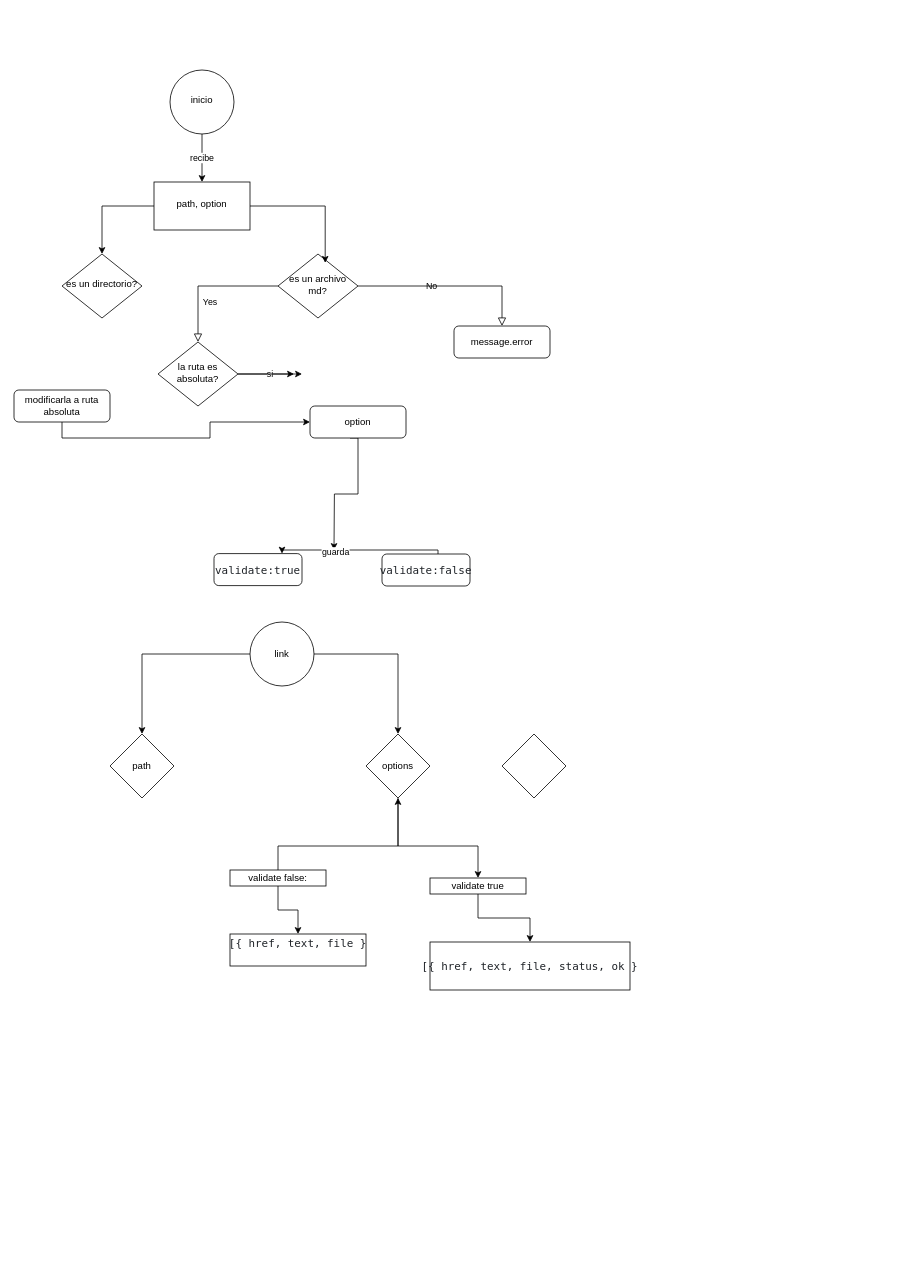
Above: Diagrama sin título.drawio in Lady9696/DEV004-md-links (draw.io), before the change. Source tidied: cells renumbered, new cells numbered last; positions are measured from the earlier drawing's top-left corner, leaving out a move shared by most shapes. Both pictures are drawn from the tidied source at 80%, with x=0, y=0 at pixel (14, 70).
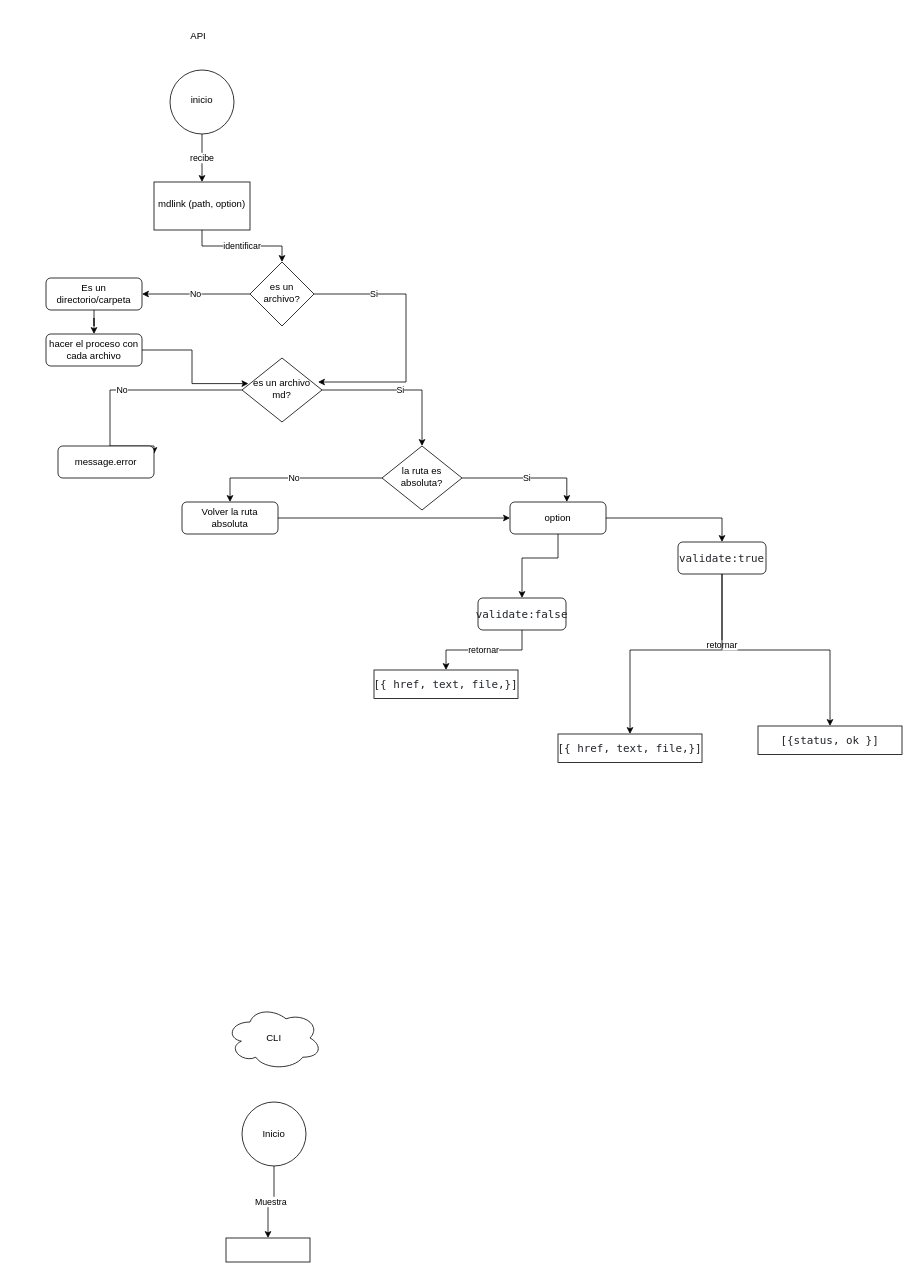
The same page after the edit.

Diff of the diagram source:
```diff
@@
-    <mxCell id="2" value="No" style="edgeStyle=orthogonalEdgeStyle;rounded=0;html=1;jettySize=auto;fontSize=11;endArrow=block;endFill=0;endSize=8;strokeWidth=1;shadow=0;labelBackgroundColor=none;" parent="1" edge="1" source="4" target="5">
-      <mxGeometry x="-0.2" relative="1" as="geometry" />
+    <mxCell id="2" value="No" style="edgeStyle=orthogonalEdgeStyle;rounded=0;jettySize=auto;html=1;entryX=1;entryY=0.25;entryDx=0;entryDy=0;" parent="1" edge="1" source="4" target="5">
+      <mxGeometry relative="1" as="geometry">
+        <Array as="points">
+          <mxPoint x="120" y="400" />
+          <mxPoint x="120" y="470" />
+        </Array>
+      </mxGeometry>
     </mxCell>
-    <mxCell id="3" value="Yes" style="rounded=0;html=1;jettySize=auto;fontSize=11;endArrow=block;endFill=0;endSize=8;strokeWidth=1;shadow=0;labelBackgroundColor=none;edgeStyle=orthogonalEdgeStyle;" parent="1" edge="1" source="4" target="8">
-      <mxGeometry y="20" relative="1" as="geometry" />
+    <mxCell id="3" value="Si" style="edgeStyle=orthogonalEdgeStyle;rounded=0;jettySize=auto;html=1;entryX=0.5;entryY=0;entryDx=0;entryDy=0;" parent="1" edge="1" source="4" target="8">
+      <mxGeometry relative="1" as="geometry" />
     </mxCell>
     <mxCell id="4" value="es un archivo md?" style="rhombus;whiteSpace=wrap;html=1;shadow=0;fontFamily=Helvetica;fontSize=12;align=center;strokeWidth=1;spacing=6;spacingTop=-4;" parent="1" vertex="1">
-      <mxGeometry x="330" y="230" width="100" height="80" as="geometry" />
+      <mxGeometry x="285" y="360" width="100" height="80" as="geometry" />
     </mxCell>
     <mxCell id="5" value="message.error" style="rounded=1;whiteSpace=wrap;html=1;fontSize=12;glass=0;strokeWidth=1;shadow=0;" parent="1" vertex="1">
-      <mxGeometry x="550" y="320" width="120" height="40" as="geometry" />
+      <mxGeometry x="55" y="470" width="120" height="40" as="geometry" />
     </mxCell>
-    <mxCell id="6" value="si" style="edgeStyle=orthogonalEdgeStyle;rounded=0;jettySize=auto;html=1;" parent="1" edge="1" source="8">
-      <mxGeometry relative="1" as="geometry">
-        <mxPoint x="360" y="380" as="targetPoint" />
-      </mxGeometry>
-    </mxCell>
-    <mxCell id="7" style="edgeStyle=orthogonalEdgeStyle;rounded=0;jettySize=auto;html=1;" parent="1" edge="1" source="8">
-      <mxGeometry relative="1" as="geometry">
-        <mxPoint x="350" y="380" as="targetPoint" />
-      </mxGeometry>
-    </mxCell>
+    <mxCell id="37" value="No" style="edgeStyle=orthogonalEdgeStyle;rounded=0;jettySize=auto;html=1;entryX=0.5;entryY=0;entryDx=0;entryDy=0;" parent="1" edge="1" source="8" target="53">
+      <mxGeometry relative="1" as="geometry" />
+    </mxCell>
+    <mxCell id="38" value="Si" style="edgeStyle=orthogonalEdgeStyle;rounded=0;jettySize=auto;html=1;entryX=0.592;entryY=0;entryDx=0;entryDy=0;entryPerimeter=0;" parent="1" edge="1" source="8" target="30">
+      <mxGeometry relative="1" as="geometry" />
+    </mxCell>
     <mxCell id="8" value="la ruta es absoluta?" style="rhombus;whiteSpace=wrap;html=1;shadow=0;fontFamily=Helvetica;fontSize=12;align=center;strokeWidth=1;spacing=6;spacingTop=-4;" parent="1" vertex="1">
-      <mxGeometry x="180" y="340" width="100" height="80" as="geometry" />
+      <mxGeometry x="460" y="470" width="100" height="80" as="geometry" />
     </mxCell>
-    <mxCell id="9" style="edgeStyle=orthogonalEdgeStyle;rounded=0;jettySize=auto;html=1;" parent="1" edge="1" source="10" target="30">
-      <mxGeometry relative="1" as="geometry">
-        <Array as="points">
-          <mxPoint x="60" y="460" />
-          <mxPoint x="245" y="460" />
-          <mxPoint x="245" y="440" />
-        </Array>
-      </mxGeometry>
-    </mxCell>
-    <mxCell id="10" value="modificarla a ruta absoluta" style="rounded=1;whiteSpace=wrap;html=1;fontSize=12;glass=0;strokeWidth=1;shadow=0;" parent="1" vertex="1">
-      <mxGeometry y="400" width="120" height="40" as="geometry" />
-    </mxCell>
+    <mxCell id="39" value="retornar" style="edgeStyle=orthogonalEdgeStyle;rounded=0;jettySize=auto;html=1;" parent="1" edge="1" source="11" target="27">
+      <mxGeometry x="-0.45" relative="1" as="geometry" />
+    </mxCell>
+    <mxCell id="40" style="edgeStyle=orthogonalEdgeStyle;rounded=0;jettySize=auto;html=1;" parent="1" edge="1" source="11" target="55">
+      <mxGeometry relative="1" as="geometry">
+        <Array as="points">
+          <mxPoint x="885" y="725" />
+          <mxPoint x="770" y="725" />
+        </Array>
+      </mxGeometry>
+    </mxCell>
     <mxCell id="11" value="&lt;pre style=&quot;box-sizing: border-box; font-family: ui-monospace, SFMono-Regular, &amp;quot;SF Mono&amp;quot;, Menlo, Consolas, &amp;quot;Liberation Mono&amp;quot;, monospace; font-size: 13.6px; margin-top: 0px; margin-bottom: 0px; overflow-wrap: normal; padding: 16px; overflow: auto; line-height: 1.45; color: rgb(31, 35, 40); background-color: var(--color-canvas-subtle); border-radius: 6px; word-break: normal;&quot;&gt;&lt;pre style=&quot;box-sizing: border-box; font-family: ui-monospace, SFMono-Regular, &amp;quot;SF Mono&amp;quot;, Menlo, Consolas, &amp;quot;Liberation Mono&amp;quot;, monospace; font-size: 13.6px; margin-top: 0px; margin-bottom: 0px; overflow-wrap: normal; padding: 16px; overflow: auto; line-height: 1.45; background-color: var(--color-canvas-subtle); border-radius: 6px; word-break: normal;&quot;&gt;validate:true&lt;/pre&gt;&lt;/pre&gt;" style="rounded=1;whiteSpace=wrap;html=1;fontSize=12;glass=0;strokeWidth=1;shadow=0;align=center;" parent="1" vertex="1">
-      <mxGeometry x="250" y="604.5" width="110" height="40" as="geometry" />
+      <mxGeometry x="830" y="590" width="110" height="40" as="geometry" />
     </mxCell>
@@
+    <mxCell id="41" value="retornar" style="edgeStyle=orthogonalEdgeStyle;rounded=0;jettySize=auto;html=1;entryX=0.5;entryY=0;entryDx=0;entryDy=0;" parent="1" edge="1" source="14" target="54">
+      <mxGeometry relative="1" as="geometry" />
+    </mxCell>
     <mxCell id="14" value="&lt;pre style=&quot;box-sizing: border-box; font-family: ui-monospace, SFMono-Regular, &amp;quot;SF Mono&amp;quot;, Menlo, Consolas, &amp;quot;Liberation Mono&amp;quot;, monospace; font-size: 13.6px; margin-top: 0px; margin-bottom: 0px; overflow-wrap: normal; padding: 16px; overflow: auto; line-height: 1.45; color: rgb(31, 35, 40); background-color: var(--color-canvas-subtle); border-radius: 6px; word-break: normal;&quot;&gt;&lt;pre style=&quot;box-sizing: border-box; font-family: ui-monospace, SFMono-Regular, &amp;quot;SF Mono&amp;quot;, Menlo, Consolas, &amp;quot;Liberation Mono&amp;quot;, monospace; font-size: 13.6px; margin-top: 0px; margin-bottom: 0px; overflow-wrap: normal; padding: 16px; overflow: auto; line-height: 1.45; background-color: var(--color-canvas-subtle); border-radius: 6px; word-break: normal;&quot;&gt;validate:false&lt;/pre&gt;&lt;/pre&gt;" style="rounded=1;whiteSpace=wrap;html=1;fontSize=12;glass=0;strokeWidth=1;shadow=0;align=center;" parent="1" vertex="1">
-      <mxGeometry x="460" y="605" width="110" height="40" as="geometry" />
+      <mxGeometry x="580" y="660" width="110" height="40" as="geometry" />
     </mxCell>
-    <mxCell id="15" style="edgeStyle=orthogonalEdgeStyle;rounded=0;jettySize=auto;html=1;" parent="1" edge="1" source="17" target="18">
-      <mxGeometry relative="1" as="geometry" />
-    </mxCell>
-    <mxCell id="16" style="edgeStyle=orthogonalEdgeStyle;rounded=0;jettySize=auto;html=1;" parent="1" edge="1" source="17" target="20">
-      <mxGeometry relative="1" as="geometry" />
-    </mxCell>
-    <mxCell id="17" value="link" style="ellipse;whiteSpace=wrap;html=1;" parent="1" vertex="1">
-      <mxGeometry x="295" y="690" width="80" height="80" as="geometry" />
-    </mxCell>
-    <mxCell id="18" value="path" style="rhombus;whiteSpace=wrap;html=1;" parent="1" vertex="1">
-      <mxGeometry x="120" y="830" width="80" height="80" as="geometry" />
-    </mxCell>
-    <mxCell id="19" style="edgeStyle=orthogonalEdgeStyle;rounded=0;jettySize=auto;html=1;" parent="1" edge="1" source="20" target="22">
-      <mxGeometry relative="1" as="geometry">
-        <Array as="points">
-          <mxPoint x="480" y="970" />
-          <mxPoint x="580" y="970" />
-        </Array>
-      </mxGeometry>
-    </mxCell>
-    <mxCell id="20" value="options" style="rhombus;whiteSpace=wrap;html=1;" parent="1" vertex="1">
-      <mxGeometry x="440" y="830" width="80" height="80" as="geometry" />
-    </mxCell>
-    <mxCell id="21" style="edgeStyle=orthogonalEdgeStyle;rounded=0;jettySize=auto;html=1;" parent="1" edge="1" source="22" target="27">
-      <mxGeometry relative="1" as="geometry" />
-    </mxCell>
-    <mxCell id="22" value="validate true" style="whiteSpace=wrap;html=1;" parent="1" vertex="1">
-      <mxGeometry x="520" y="1010" width="120" height="20" as="geometry" />
-    </mxCell>
-    <mxCell id="23" style="edgeStyle=orthogonalEdgeStyle;rounded=0;jettySize=auto;html=1;entryX=0.5;entryY=1;entryDx=0;entryDy=0;" parent="1" edge="1" source="25" target="20">
-      <mxGeometry relative="1" as="geometry">
-        <Array as="points">
-          <mxPoint x="330" y="970" />
-          <mxPoint x="480" y="970" />
-        </Array>
-      </mxGeometry>
-    </mxCell>
-    <mxCell id="24" style="edgeStyle=orthogonalEdgeStyle;rounded=0;jettySize=auto;html=1;" parent="1" edge="1" source="25" target="26">
-      <mxGeometry relative="1" as="geometry" />
-    </mxCell>
-    <mxCell id="25" value="validate false:" style="whiteSpace=wrap;html=1;" parent="1" vertex="1">
-      <mxGeometry x="270" y="1000" width="120" height="20" as="geometry" />
-    </mxCell>
-    <mxCell id="26" value="&#10;&lt;pre style=&quot;box-sizing: border-box; font-family: ui-monospace, SFMono-Regular, &amp;quot;SF Mono&amp;quot;, Menlo, Consolas, &amp;quot;Liberation Mono&amp;quot;, monospace; font-size: 13.6px; margin-top: 0px; margin-bottom: 0px; overflow-wrap: normal; padding: 16px; overflow: auto; line-height: 1.45; color: rgb(31, 35, 40); background-color: var(--color-canvas-subtle); border-radius: 6px; word-break: normal; font-style: normal; font-variant-ligatures: normal; font-variant-caps: normal; font-weight: 400; letter-spacing: normal; orphans: 2; text-align: start; text-indent: 0px; text-transform: none; widows: 2; word-spacing: 0px; -webkit-text-stroke-width: 0px; text-decoration-thickness: initial; text-decoration-style: initial; text-decoration-color: initial;&quot;&gt;&lt;span style=&quot;box-sizing: border-box; color: var(--color-prettylights-syntax-comment);&quot; class=&quot;pl-c&quot;&gt;[{ href, text, file }&lt;/span&gt;&lt;/pre&gt;&#10;&#10;" style="whiteSpace=wrap;html=1;" parent="1" vertex="1">
-      <mxGeometry x="270" y="1080" width="170" height="40" as="geometry" />
-    </mxCell>
-    <mxCell id="27" value="&lt;pre style=&quot;box-sizing: border-box; font-family: ui-monospace, SFMono-Regular, &amp;quot;SF Mono&amp;quot;, Menlo, Consolas, &amp;quot;Liberation Mono&amp;quot;, monospace; font-size: 13.6px; margin-top: 0px; margin-bottom: 0px; overflow-wrap: normal; padding: 16px; overflow: auto; line-height: 1.45; color: rgb(31, 35, 40); background-color: var(--color-canvas-subtle); border-radius: 6px; word-break: normal; text-align: start;&quot;&gt;[{ href, text, file, status, ok }&lt;/pre&gt;" style="whiteSpace=wrap;html=1;" parent="1" vertex="1">
-      <mxGeometry x="520" y="1090" width="250" height="60" as="geometry" />
+    <mxCell id="27" value="&lt;pre style=&quot;box-sizing: border-box; font-family: ui-monospace, SFMono-Regular, &amp;quot;SF Mono&amp;quot;, Menlo, Consolas, &amp;quot;Liberation Mono&amp;quot;, monospace; font-size: 13.6px; margin-top: 0px; margin-bottom: 0px; overflow-wrap: normal; padding: 16px; overflow: auto; line-height: 1.45; color: rgb(31, 35, 40); background-color: var(--color-canvas-subtle); border-radius: 6px; word-break: normal; text-align: start;&quot;&gt;&lt;pre style=&quot;box-sizing: border-box; font-family: ui-monospace, SFMono-Regular, &amp;quot;SF Mono&amp;quot;, Menlo, Consolas, &amp;quot;Liberation Mono&amp;quot;, monospace; font-size: 13.6px; margin-top: 0px; margin-bottom: 0px; overflow-wrap: normal; padding: 16px; overflow: auto; line-height: 1.45; background-color: var(--color-canvas-subtle); border-radius: 6px; word-break: normal;&quot;&gt;[{status, ok }]&lt;/pre&gt;&lt;/pre&gt;" style="whiteSpace=wrap;html=1;" parent="1" vertex="1">
+      <mxGeometry x="930" y="820" width="180" height="35.5" as="geometry" />
     </mxCell>
-    <mxCell id="28" style="edgeStyle=orthogonalEdgeStyle;rounded=0;jettySize=auto;html=1;" parent="1" edge="1" source="30">
-      <mxGeometry relative="1" as="geometry">
-        <mxPoint x="400" y="600" as="targetPoint" />
-      </mxGeometry>
-    </mxCell>
-    <mxCell id="29" style="edgeStyle=orthogonalEdgeStyle;rounded=0;jettySize=auto;html=1;exitX=0.5;exitY=1;exitDx=0;exitDy=0;" parent="1" edge="1" source="30">
-      <mxGeometry relative="1" as="geometry">
-        <mxPoint x="420" y="450" as="targetPoint" />
-      </mxGeometry>
-    </mxCell>
+    <mxCell id="42" style="edgeStyle=orthogonalEdgeStyle;rounded=0;jettySize=auto;html=1;entryX=0.5;entryY=0;entryDx=0;entryDy=0;" parent="1" edge="1" source="30" target="11">
+      <mxGeometry relative="1" as="geometry" />
+    </mxCell>
+    <mxCell id="43" style="edgeStyle=orthogonalEdgeStyle;rounded=0;jettySize=auto;html=1;entryX=0.5;entryY=0;entryDx=0;entryDy=0;" parent="1" edge="1" source="30" target="14">
+      <mxGeometry relative="1" as="geometry">
+        <Array as="points">
+          <mxPoint x="680" y="610" />
+          <mxPoint x="635" y="610" />
+        </Array>
+      </mxGeometry>
+    </mxCell>
     <mxCell id="30" value="option" style="rounded=1;whiteSpace=wrap;html=1;fontSize=12;glass=0;strokeWidth=1;shadow=0;" parent="1" vertex="1">
-      <mxGeometry x="370" y="420" width="120" height="40" as="geometry" />
+      <mxGeometry x="620" y="540" width="120" height="40" as="geometry" />
     </mxCell>
-    <mxCell id="31" value="guarda" style="edgeStyle=orthogonalEdgeStyle;rounded=0;jettySize=auto;html=1;" parent="1" edge="1" source="14" target="11">
-      <mxGeometry x="0.3" y="3" relative="1" as="geometry">
-        <Array as="points">
-          <mxPoint x="530" y="600" />
-          <mxPoint x="335" y="600" />
-        </Array>
-      </mxGeometry>
-    </mxCell>
-    <mxCell id="32" style="edgeStyle=orthogonalEdgeStyle;rounded=0;jettySize=auto;html=1;" parent="1" edge="1" source="34" target="35">
-      <mxGeometry relative="1" as="geometry" />
-    </mxCell>
-    <mxCell id="33" style="edgeStyle=orthogonalEdgeStyle;rounded=0;jettySize=auto;html=1;entryX=0.59;entryY=0.138;entryDx=0;entryDy=0;entryPerimeter=0;" parent="1" edge="1" source="34" target="4">
-      <mxGeometry relative="1" as="geometry" />
-    </mxCell>
+    <mxCell id="44" value="identificar" style="edgeStyle=orthogonalEdgeStyle;rounded=0;jettySize=auto;html=1;" parent="1" edge="1" source="34" target="47">
+      <mxGeometry relative="1" as="geometry" />
+    </mxCell>
-    <mxCell id="34" value="path, option" style="whiteSpace=wrap;html=1;shadow=0;strokeWidth=1;spacing=6;spacingTop=-4;" parent="1" vertex="1">
+    <mxCell id="34" value="mdlink (path, option)" style="whiteSpace=wrap;html=1;shadow=0;strokeWidth=1;spacing=6;spacingTop=-4;" parent="1" vertex="1">
       <mxGeometry x="175" y="140" width="120" height="60" as="geometry" />
     </mxCell>
-    <mxCell id="35" value="es un directorio?" style="rhombus;whiteSpace=wrap;html=1;shadow=0;fontFamily=Helvetica;fontSize=12;align=center;strokeWidth=1;spacing=6;spacingTop=-4;" parent="1" vertex="1">
-      <mxGeometry x="60" y="230" width="100" height="80" as="geometry" />
-    </mxCell>
-    <mxCell id="36" style="rhombus;whiteSpace=wrap;html=1;" parent="1" vertex="1">
-      <mxGeometry x="610" y="830" width="80" height="80" as="geometry" />
-    </mxCell>
+    <mxCell id="45" value="No" style="edgeStyle=orthogonalEdgeStyle;rounded=0;jettySize=auto;html=1;entryX=1;entryY=0.5;entryDx=0;entryDy=0;" parent="1" edge="1" source="47" target="49">
+      <mxGeometry relative="1" as="geometry" />
+    </mxCell>
+    <mxCell id="46" value="Si" style="edgeStyle=orthogonalEdgeStyle;rounded=0;jettySize=auto;html=1;entryX=0.95;entryY=0.375;entryDx=0;entryDy=0;entryPerimeter=0;" parent="1" edge="1" source="47" target="4">
+      <mxGeometry x="-0.55" relative="1" as="geometry">
+        <Array as="points">
+          <mxPoint x="490" y="280" />
+          <mxPoint x="490" y="390" />
+        </Array>
+      </mxGeometry>
+    </mxCell>
+    <mxCell id="47" value="es un archivo?" style="rhombus;whiteSpace=wrap;html=1;shadow=0;strokeWidth=1;spacing=6;spacingTop=-4;" parent="1" vertex="1">
+      <mxGeometry x="295" y="240" width="80" height="80" as="geometry" />
+    </mxCell>
+    <mxCell id="48" style="edgeStyle=orthogonalEdgeStyle;rounded=0;jettySize=auto;html=1;" parent="1" edge="1" source="49" target="51">
+      <mxGeometry relative="1" as="geometry" />
+    </mxCell>
+    <mxCell id="49" value="Es un directorio/carpeta" style="rounded=1;whiteSpace=wrap;html=1;fontSize=12;glass=0;strokeWidth=1;shadow=0;" parent="1" vertex="1">
+      <mxGeometry x="40" y="260" width="120" height="40" as="geometry" />
+    </mxCell>
+    <mxCell id="50" style="edgeStyle=orthogonalEdgeStyle;rounded=0;jettySize=auto;html=1;entryX=0.08;entryY=0.4;entryDx=0;entryDy=0;entryPerimeter=0;" parent="1" edge="1" source="51" target="4">
+      <mxGeometry relative="1" as="geometry" />
+    </mxCell>
+    <mxCell id="51" value="hacer el proceso con cada archivo" style="rounded=1;whiteSpace=wrap;html=1;fontSize=12;glass=0;strokeWidth=1;shadow=0;" parent="1" vertex="1">
+      <mxGeometry x="40" y="330" width="120" height="40" as="geometry" />
+    </mxCell>
+    <mxCell id="52" style="edgeStyle=orthogonalEdgeStyle;rounded=0;jettySize=auto;html=1;" parent="1" edge="1" source="53">
+      <mxGeometry relative="1" as="geometry">
+        <mxPoint x="620" y="560" as="targetPoint" />
+      </mxGeometry>
+    </mxCell>
+    <mxCell id="53" value="Volver la ruta absoluta" style="rounded=1;whiteSpace=wrap;html=1;fontSize=12;glass=0;strokeWidth=1;shadow=0;" parent="1" vertex="1">
+      <mxGeometry x="210" y="540" width="120" height="40" as="geometry" />
+    </mxCell>
+    <mxCell id="54" value="&lt;pre style=&quot;box-sizing: border-box; font-family: ui-monospace, SFMono-Regular, &amp;quot;SF Mono&amp;quot;, Menlo, Consolas, &amp;quot;Liberation Mono&amp;quot;, monospace; font-size: 13.6px; margin-top: 0px; margin-bottom: 0px; overflow-wrap: normal; padding: 16px; overflow: auto; line-height: 1.45; color: rgb(31, 35, 40); background-color: var(--color-canvas-subtle); border-radius: 6px; word-break: normal; text-align: start;&quot;&gt;[{ href, text, file,}]&lt;/pre&gt;" style="whiteSpace=wrap;html=1;" parent="1" vertex="1">
+      <mxGeometry x="450" y="750" width="180" height="35.5" as="geometry" />
+    </mxCell>
+    <mxCell id="55" value="&lt;pre style=&quot;box-sizing: border-box; font-family: ui-monospace, SFMono-Regular, &amp;quot;SF Mono&amp;quot;, Menlo, Consolas, &amp;quot;Liberation Mono&amp;quot;, monospace; font-size: 13.6px; margin-top: 0px; margin-bottom: 0px; overflow-wrap: normal; padding: 16px; overflow: auto; line-height: 1.45; color: rgb(31, 35, 40); background-color: var(--color-canvas-subtle); border-radius: 6px; word-break: normal; text-align: start;&quot;&gt;[{ href, text, file,}]&lt;/pre&gt;" style="whiteSpace=wrap;html=1;" parent="1" vertex="1">
+      <mxGeometry x="680" y="830" width="180" height="35.5" as="geometry" />
+    </mxCell>
+    <mxCell id="56" value="&lt;br&gt;API" style="text;html=1;align=center;verticalAlign=middle;strokeColor=none;fillColor=none;" parent="1" vertex="1">
+      <mxGeometry x="210" y="-70" width="40" height="40" as="geometry" />
+    </mxCell>
+    <mxCell id="57" value="Muestra" style="edgeStyle=orthogonalEdgeStyle;rounded=0;jettySize=auto;html=1;" parent="1" edge="1" source="58" target="60">
+      <mxGeometry relative="1" as="geometry" />
+    </mxCell>
+    <mxCell id="58" value="Inicio" style="ellipse;whiteSpace=wrap;html=1;" parent="1" vertex="1">
+      <mxGeometry x="285" y="1290" width="80" height="80" as="geometry" />
+    </mxCell>
+    <mxCell id="59" value="CLI" style="ellipse;shape=cloud;whiteSpace=wrap;html=1;" parent="1" vertex="1">
+      <mxGeometry x="265" y="1170" width="120" height="80" as="geometry" />
+    </mxCell>
+    <mxCell id="60" style="whiteSpace=wrap;html=1;" parent="1" vertex="1">
+      <mxGeometry x="265" y="1460" width="105" height="30" as="geometry" />
+    </mxCell>
```
